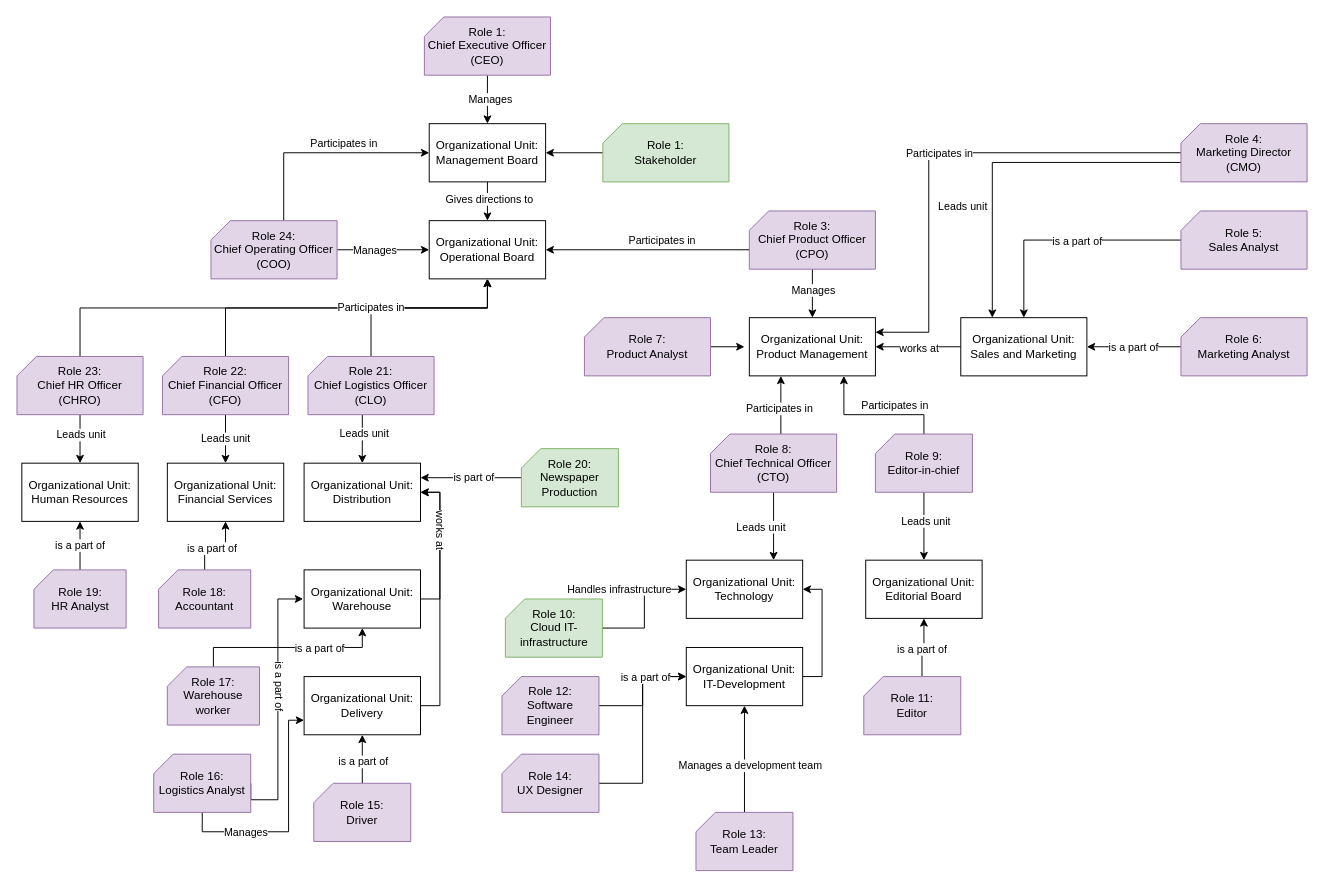
Above: TS_role_actors_models.drawio in gullskatten/TS-models-4em-archi (draw.io), before the change. Source tidied: cells renumbered, new cells numbered last; positions are measured from the earlier drawing's top-left corner, leaving out a move shared by most shapes. Both pictures are drawn from the tidied source at 97%, with x=0, y=0 at pixel (16, 16).
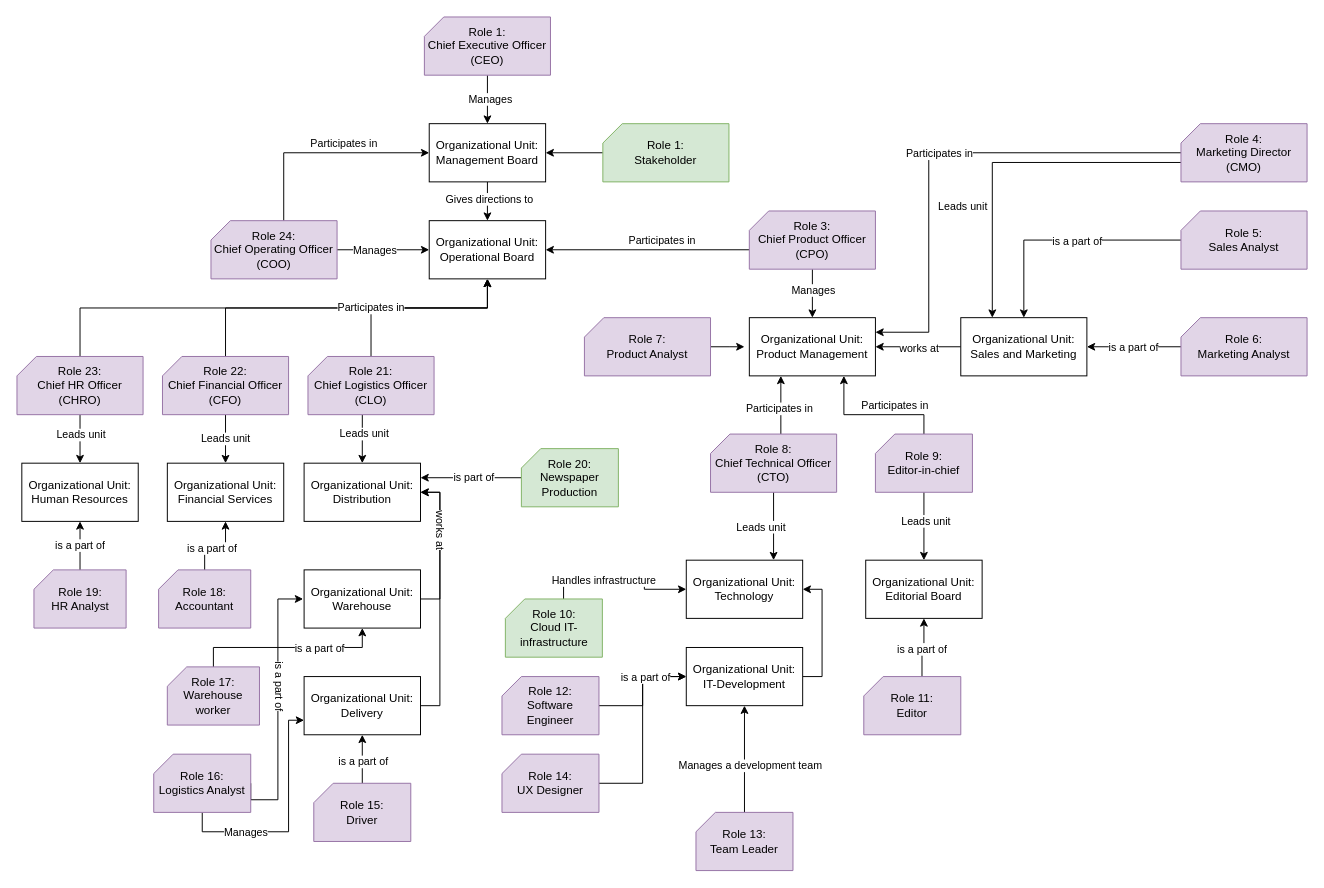
The same page after the edit.

The change refers to these unchanged cells:
```xml
<mxCell id="33" value="Organizational Unit:&lt;br&gt;Technology" style="rounded=0;whiteSpace=wrap;html=1;" parent="1" vertex="1">
  <mxGeometry x="690" y="560" width="120" height="60" as="geometry" />
</mxCell>
<mxCell id="96" value="Role 10:&lt;br&gt;Cloud IT-infrastructure" style="verticalLabelPosition=middle;verticalAlign=middle;html=1;shape=card;whiteSpace=wrap;size=20;arcSize=12;fillColor=#d5e8d4;strokeColor=#82b366;labelPosition=center;align=center;" parent="1" vertex="1">
  <mxGeometry x="503.5" y="600" width="100" height="60" as="geometry" />
</mxCell>
```

Change to the diagram source:
```diff
@@
-    <mxCell id="94" style="edgeStyle=orthogonalEdgeStyle;rounded=0;jettySize=auto;html=1;entryX=0;entryY=0.5;entryDx=0;entryDy=0;" parent="1" edge="1" source="96" target="33">
+    <mxCell id="94" style="edgeStyle=orthogonalEdgeStyle;rounded=0;jettySize=auto;html=1;entryX=0;entryY=0.5;entryDx=0;entryDy=0;exitX=0;exitY=0;exitDx=60;exitDy=0;exitPerimeter=0;" parent="1" edge="1" source="96" target="33">
       <mxGeometry relative="1" as="geometry" />
     </mxCell>
     <mxCell id="95" value="Handles infrastructure" style="edgeLabel;html=1;align=center;verticalAlign=middle;" parent="94" vertex="1">
       <mxGeometry x="-0.16" relative="1" as="geometry">
-        <mxPoint x="-26.7" y="-30.4" as="offset" />
+        <mxPoint x="-5.5" as="offset" />
       </mxGeometry>
     </mxCell>
```
